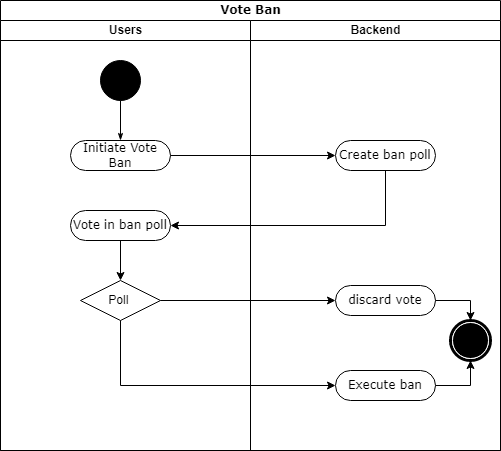
Scherrik/se_mcm keeps this draw.io diagram as docs/img/Activity_diagram_connection.png. Above is the earlier version. Source tidied: cells renumbered, new cells last; positions are measured from the earlier drawing's top-left corner, leaving out a move shared by most shapes.
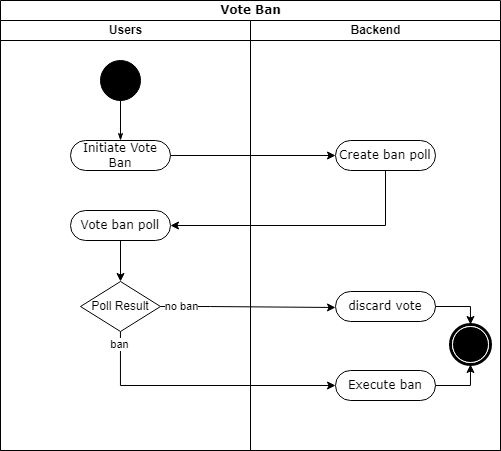
The same file after the commit.

The edit, as a diff of the source:
```diff
@@ -20,11 +20,11 @@
     <mxCell id="7" style="edgeStyle=orthogonalEdgeStyle;rounded=0;jettySize=auto;html=1;exitX=0.5;exitY=1;exitDx=0;exitDy=0;entryX=0.5;entryY=0;entryDx=0;entryDy=0;strokeColor=#000000;" parent="3" edge="1" source="8" target="9">
       <mxGeometry relative="1" as="geometry" />
     </mxCell>
-    <mxCell id="8" value="Vote in ban poll" style="rounded=1;whiteSpace=wrap;html=1;shadow=0;comic=0;labelBackgroundColor=none;strokeWidth=1;fontFamily=Verdana;fontSize=12;align=center;arcSize=50;" parent="3" vertex="1">
+    <mxCell id="8" value="Vote ban poll" style="rounded=1;whiteSpace=wrap;html=1;shadow=0;comic=0;labelBackgroundColor=none;strokeWidth=1;fontFamily=Verdana;fontSize=12;align=center;arcSize=50;" parent="3" vertex="1">
       <mxGeometry x="70" y="190" width="100" height="30" as="geometry" />
     </mxCell>
-    <mxCell id="9" value="Poll&amp;nbsp;" style="rhombus;whiteSpace=wrap;html=1;" parent="3" vertex="1">
-      <mxGeometry x="80" y="260" width="80" height="40" as="geometry" />
+    <mxCell id="9" value="Poll Result" style="rhombus;whiteSpace=wrap;html=1;" parent="3" vertex="1">
+      <mxGeometry x="80" y="261" width="80" height="50" as="geometry" />
     </mxCell>
     <mxCell id="10" value="Backend" style="swimlane;html=1;startSize=20;" parent="2" vertex="1">
       <mxGeometry x="250" y="20" width="250" height="430" as="geometry" />
@@ -33,13 +33,13 @@
       <mxGeometry x="85" y="120" width="100" height="30" as="geometry" />
     </mxCell>
     <mxCell id="12" value="discard vote" style="rounded=1;whiteSpace=wrap;html=1;shadow=0;comic=0;labelBackgroundColor=none;strokeWidth=1;fontFamily=Verdana;fontSize=12;align=center;arcSize=50;" parent="10" vertex="1">
-      <mxGeometry x="85" y="265" width="100" height="30" as="geometry" />
+      <mxGeometry x="85" y="271" width="100" height="30" as="geometry" />
     </mxCell>
     <mxCell id="13" value="Execute ban" style="rounded=1;whiteSpace=wrap;html=1;shadow=0;comic=0;labelBackgroundColor=none;strokeWidth=1;fontFamily=Verdana;fontSize=12;align=center;arcSize=50;" parent="10" vertex="1">
       <mxGeometry x="85" y="350" width="100" height="30" as="geometry" />
     </mxCell>
     <mxCell id="14" style="shape=mxgraph.bpmn.shape;html=1;verticalLabelPosition=bottom;labelBackgroundColor=#ffffff;verticalAlign=top;perimeter=ellipsePerimeter;outline=end;symbol=terminate;rounded=0;shadow=0;comic=0;strokeWidth=1;fontFamily=Verdana;fontSize=12;align=center;" parent="10" vertex="1">
-      <mxGeometry x="200" y="300" width="40" height="40" as="geometry" />
+      <mxGeometry x="200" y="304" width="40" height="40" as="geometry" />
     </mxCell>
     <mxCell id="15" style="edgeStyle=orthogonalEdgeStyle;rounded=0;jettySize=auto;html=1;exitX=1;exitY=0.5;exitDx=0;exitDy=0;entryX=0.5;entryY=0;entryDx=0;entryDy=0;strokeColor=#000000;" parent="10" edge="1" source="12" target="14">
       <mxGeometry relative="1" as="geometry" />
@@ -58,10 +58,28 @@
       </mxGeometry>
     </mxCell>
     <mxCell id="19" style="edgeStyle=orthogonalEdgeStyle;rounded=0;jettySize=auto;html=1;exitX=0.5;exitY=1;exitDx=0;exitDy=0;entryX=0;entryY=0.5;entryDx=0;entryDy=0;strokeColor=#000000;" parent="2" edge="1" source="9" target="13">
-      <mxGeometry relative="1" as="geometry" />
+      <mxGeometry relative="1" as="geometry">
+        <Array as="points">
+          <mxPoint x="120" y="385" />
+        </Array>
+      </mxGeometry>
     </mxCell>
+    <mxCell id="21" value="ban" style="edgeLabel;html=1;align=center;verticalAlign=middle;" parent="19" vertex="1">
+      <mxGeometry x="-0.9" y="-1" relative="1" as="geometry" />
+    </mxCell>
-    <mxCell id="20" style="edgeStyle=orthogonalEdgeStyle;rounded=0;jettySize=auto;html=1;exitX=1;exitY=0.5;exitDx=0;exitDy=0;entryX=0;entryY=0.5;entryDx=0;entryDy=0;strokeColor=#000000;" parent="2" edge="1" source="9" target="12">
-      <mxGeometry relative="1" as="geometry" />
+    <mxCell id="20" style="edgeStyle=orthogonalEdgeStyle;rounded=0;orthogonalLoop=1;jettySize=auto;html=1;exitX=1;exitY=0.5;exitDx=0;exitDy=0;entryX=0;entryY=0.5;entryDx=0;entryDy=0;strokeColor=#000000;" parent="2" edge="1">
+      <mxGeometry relative="1" as="geometry">
+        <mxPoint x="160" y="306" as="sourcePoint" />
+        <mxPoint x="335" y="307" as="targetPoint" />
+        <Array as="points">
+          <mxPoint x="210" y="306" />
+        </Array>
+      </mxGeometry>
     </mxCell>
+    <mxCell id="22" value="no ban" style="edgeLabel;html=1;align=center;verticalAlign=middle;" parent="20" vertex="1">
+      <mxGeometry x="-0.87" y="-1" relative="1" as="geometry">
+        <mxPoint x="9" y="-1" as="offset" />
+      </mxGeometry>
+    </mxCell>
   </root>
 </mxGraphModel>
```
